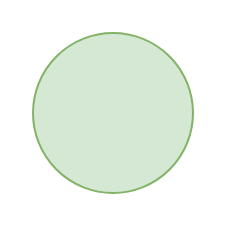
Earlier version of the draw.io diagram content-repo-construct.drawio (skindhu/9GAG). Source tidied: cells renumbered, new cells numbered last; positions are measured from the earlier drawing's top-left corner, leaving out a move shared by most shapes. Both pictures are drawn from the tidied source at 200%, with x=0, y=0 at pixel (32, 32).
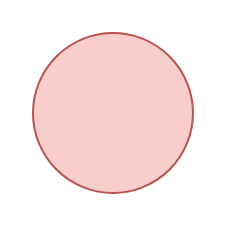
The same page after the edit.

The edit, as a diff of the source:
```diff
@@
 <mxGraphModel>
   <root>
     <mxCell id="0" />
     <mxCell id="1" parent="0" />
-    <mxCell id="2" style="ellipse;whiteSpace=wrap;html=1;hachureGap=4;fontFamily=Architects Daughter;fillColor=#d5e8d4;strokeColor=#82b366;" parent="1" vertex="1">
+    <mxCell id="2" style="ellipse;whiteSpace=wrap;html=1;hachureGap=4;fontFamily=Architects Daughter;fillColor=#f8cecc;strokeColor=#b85450;" parent="1" vertex="1">
       <mxGeometry width="80" height="80" as="geometry" />
     </mxCell>
   </root>
 </mxGraphModel>
```
